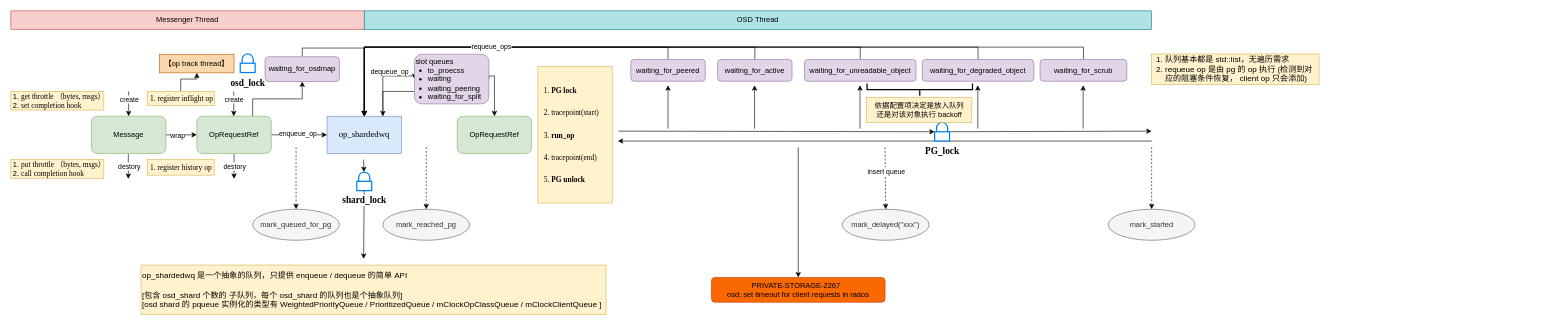
Earlier version of the draw.io diagram OSDRequest.drawio (1253757553/drawIO). Source tidied: cells renumbered, new cells numbered last; positions are measured from the earlier drawing's top-left corner, leaving out a move shared by most shapes. Both pictures are drawn from the tidied source at 62%, with x=0, y=0 at pixel (11, 11).
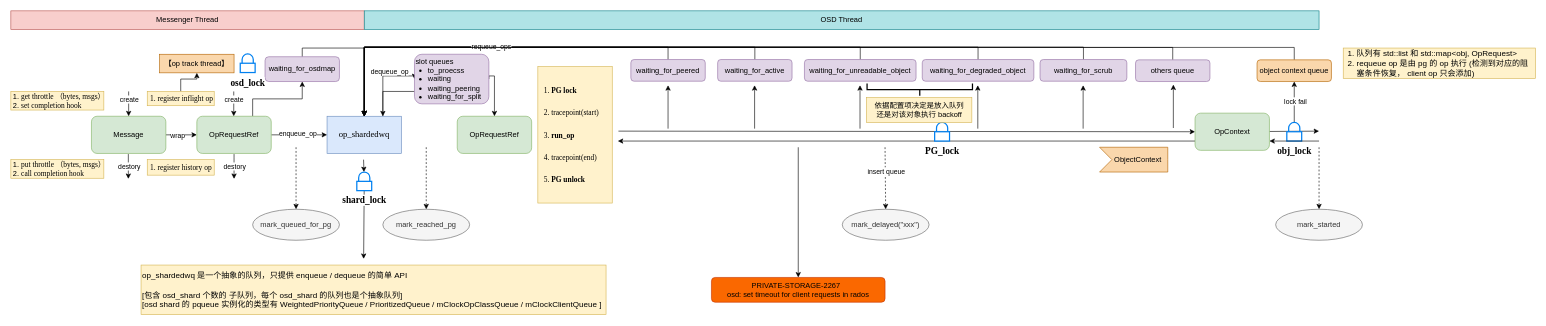
After the change.

Unchanged cells that the change refers to:
```xml
<mxCell id="5" value="&lt;font face=&quot;Times New Roman&quot; style=&quot;font-size: 14px;&quot;&gt;op_shardedwq&lt;/font&gt;" style="rounded=0;whiteSpace=wrap;html=1;fillColor=#dae8fc;strokeColor=#6c8ebf;" parent="2" vertex="1">
  <mxGeometry x="510" y="170" width="120" height="60" as="geometry" />
</mxCell>
<mxCell id="68" value="&lt;b&gt;&lt;font style=&quot;font-size: 15px;&quot; face=&quot;Times New Roman&quot;&gt;PG_lock&lt;/font&gt;&lt;/b&gt;" style="html=1;verticalLabelPosition=bottom;align=center;labelBackgroundColor=#ffffff;verticalAlign=top;strokeWidth=2;strokeColor=#0080F0;shadow=0;dashed=0;shape=mxgraph.ios7.icons.locked;" parent="2" vertex="1">
  <mxGeometry x="1490" y="180" width="24" height="30" as="geometry" />
</mxCell>
```

What changed in the source:
```diff
@@
     <mxCell id="2" style="group;" parent="1" vertex="1">
-      <mxGeometry width="2110" height="490" as="geometry" />
+      <mxGeometry width="2122" height="490" as="geometry" />
     </mxCell>
@@
     <mxCell id="30" value="OSD Thread" style="rounded=0;whiteSpace=wrap;html=1;fillColor=#b0e3e6;strokeColor=#0e8088;" parent="2" vertex="1">
-      <mxGeometry x="570" width="1270" height="30" as="geometry" />
+      <mxGeometry x="570" width="1540" height="30" as="geometry" />
     </mxCell>
@@
-    <mxCell id="33" style="endArrow=classic;html=1;rounded=0;" parent="2" edge="1" source="68">
+    <mxCell id="33" style="endArrow=classic;html=1;rounded=0;" parent="2" edge="1" source="84">
       <mxGeometry relative="1" as="geometry">
-        <mxPoint x="1840" y="194" as="targetPoint" />
+        <mxPoint x="2110" y="194" as="targetPoint" />
       </mxGeometry>
     </mxCell>
-    <mxCell id="34" style="endArrow=classic;html=1;rounded=0;" parent="2" edge="1">
+    <mxCell id="34" style="endArrow=classic;html=1;rounded=0;exitX=0;exitY=0.75;exitDx=0;exitDy=0;" parent="2" edge="1" source="84">
       <mxGeometry relative="1" as="geometry">
-        <mxPoint x="1840" y="210" as="sourcePoint" />
         <mxPoint x="979" y="210" as="targetPoint" />
       </mxGeometry>
     </mxCell>
@@
-    <mxCell id="37" value="mark_started" style="ellipse;whiteSpace=wrap;html=1;fillColor=#f5f5f5;fontColor=#333333;strokeColor=#666666;" parent="2" vertex="1">
-      <mxGeometry x="1770" y="320" width="140" height="50" as="geometry" />
-    </mxCell>
-    <mxCell id="38" style="endArrow=classic;html=1;rounded=0;entryX=0.5;entryY=0;entryDx=0;entryDy=0;dashed=1;" parent="2" edge="1" target="37">
-      <mxGeometry relative="1" as="geometry">
-        <mxPoint x="1840" y="220" as="sourcePoint" />
-      </mxGeometry>
-    </mxCell>
@@
-    <mxCell id="62" value="&lt;div style=&quot;font-size: 13px;&quot;&gt;&lt;ol style=&quot;padding-left: 20px;&quot;&gt;&lt;li&gt;队列基本都是 std::list，无遍历需求&lt;/li&gt;&lt;li&gt;requeue op 是由 pg 的 op 执行 (检测到对应的阻塞条件恢复， client op 只会添加)&lt;/li&gt;&lt;/ol&gt;&lt;/div&gt;" style="text;html=1;align=left;verticalAlign=middle;whiteSpace=wrap;rounded=0;fillColor=#fff2cc;strokeColor=#d6b656;" parent="2" vertex="1">
-      <mxGeometry x="1840" y="69.5" width="270" height="49" as="geometry" />
-    </mxCell>
@@
-    <mxCell id="67" style="endArrow=classic;html=1;rounded=0;" parent="2" edge="1" target="68">
+    <mxCell id="67" style="endArrow=classic;html=1;rounded=0;entryX=0;entryY=0.5;entryDx=0;entryDy=0;" parent="2" edge="1" target="84">
       <mxGeometry relative="1" as="geometry">
         <mxPoint x="980" y="194" as="sourcePoint" />
       </mxGeometry>
     </mxCell>
@@
+    <mxCell id="75" value="&lt;font style=&quot;font-size: 12px;&quot;&gt;ObjectContext&lt;/font&gt;" style="html=1;shape=mxgraph.infographic.ribbonSimple;notch1=19.91;notch2=0;align=center;verticalAlign=middle;fontSize=14;fontStyle=0;fillColor=#fad7ac;flipH=0;spacingRight=0;spacingLeft=14;whiteSpace=wrap;strokeColor=#b46504;" parent="2" vertex="1">
+      <mxGeometry x="1756" y="220" width="110" height="40" as="geometry" />
+    </mxCell>
+    <mxCell id="76" style="edgeStyle=orthogonalEdgeStyle;rounded=0;jettySize=auto;html=1;entryX=0.5;entryY=1;entryDx=0;entryDy=0;" parent="2" edge="1" source="78" target="83">
+      <mxGeometry relative="1" as="geometry" />
+    </mxCell>
+    <mxCell id="77" value="lock fail" style="edgeLabel;html=1;align=center;verticalAlign=middle;" parent="76" vertex="1">
+      <mxGeometry x="0.06" y="-1" relative="1" as="geometry" />
+    </mxCell>
+    <mxCell id="78" value="&lt;b&gt;&lt;font style=&quot;font-size: 15px;&quot; face=&quot;Times New Roman&quot;&gt;obj_lock&lt;/font&gt;&lt;/b&gt;" style="html=1;verticalLabelPosition=bottom;align=center;labelBackgroundColor=#ffffff;verticalAlign=top;strokeWidth=2;strokeColor=#0080F0;shadow=0;dashed=0;shape=mxgraph.ios7.icons.locked;" parent="2" vertex="1">
+      <mxGeometry x="2058" y="180" width="24" height="30" as="geometry" />
+    </mxCell>
+    <mxCell id="79" style="edgeStyle=orthogonalEdgeStyle;rounded=0;jettySize=auto;html=1;exitX=0.5;exitY=0;exitDx=0;exitDy=0;entryX=0.5;entryY=0;entryDx=0;entryDy=0;" parent="2" edge="1" source="80" target="5">
+      <mxGeometry relative="1" as="geometry" />
+    </mxCell>
+    <mxCell id="80" value="others queue" style="rounded=1;whiteSpace=wrap;html=1;fillColor=#e1d5e7;strokeColor=#9673a6;" parent="2" vertex="1">
+      <mxGeometry x="1814" y="79" width="120" height="35" as="geometry" />
+    </mxCell>
+    <mxCell id="81" style="endArrow=classic;html=1;rounded=0;" parent="2" edge="1">
+      <mxGeometry relative="1" as="geometry">
+        <mxPoint x="1875" y="189" as="sourcePoint" />
+        <mxPoint x="1875" y="119" as="targetPoint" />
+      </mxGeometry>
+    </mxCell>
+    <mxCell id="82" style="edgeStyle=orthogonalEdgeStyle;rounded=0;jettySize=auto;html=1;exitX=0.5;exitY=0;exitDx=0;exitDy=0;entryX=0.5;entryY=0;entryDx=0;entryDy=0;" parent="2" edge="1" source="83" target="5">
+      <mxGeometry relative="1" as="geometry" />
+    </mxCell>
+    <mxCell id="83" value="object context queue" style="rounded=1;whiteSpace=wrap;html=1;fillColor=#fad7ac;strokeColor=#b46504;" parent="2" vertex="1">
+      <mxGeometry x="2010" y="79" width="120" height="35" as="geometry" />
+    </mxCell>
+    <mxCell id="84" value="OpContext" style="rounded=1;whiteSpace=wrap;html=1;fillColor=#d5e8d4;strokeColor=#82b366;" parent="2" vertex="1">
+      <mxGeometry x="1910" y="165" width="120" height="60" as="geometry" />
+    </mxCell>
+    <mxCell id="38" style="endArrow=classic;html=1;rounded=0;entryX=0.5;entryY=0;entryDx=0;entryDy=0;dashed=1;" parent="1" edge="1" target="37">
+      <mxGeometry relative="1" as="geometry">
+        <mxPoint x="2110" y="220" as="sourcePoint" />
+      </mxGeometry>
+    </mxCell>
+    <mxCell id="37" value="mark_started" style="ellipse;whiteSpace=wrap;html=1;fillColor=#f5f5f5;fontColor=#333333;strokeColor=#666666;" parent="1" vertex="1">
+      <mxGeometry x="2040" y="320" width="140" height="50" as="geometry" />
+    </mxCell>
+    <mxCell id="62" value="&lt;div style=&quot;font-size: 13px;&quot;&gt;&lt;ol style=&quot;padding-left: 20px;&quot;&gt;&lt;li&gt;队列有 std::list 和 std::map&amp;lt;obj, OpRequest&amp;gt;&lt;/li&gt;&lt;li&gt;requeue op 是由 pg 的 op 执行 (检测到对应的阻塞条件恢复， client op 只会添加)&lt;/li&gt;&lt;/ol&gt;&lt;/div&gt;" style="text;html=1;align=left;verticalAlign=middle;whiteSpace=wrap;rounded=0;fillColor=#fff2cc;strokeColor=#d6b656;" parent="1" vertex="1">
+      <mxGeometry x="2149" y="60" width="310" height="49" as="geometry" />
+    </mxCell>
+    <mxCell id="85" style="endArrow=classic;html=1;rounded=0;" parent="1" edge="1">
+      <mxGeometry relative="1" as="geometry">
+        <mxPoint x="2110" y="210" as="sourcePoint" />
+        <mxPoint x="2030" y="210" as="targetPoint" />
+      </mxGeometry>
+    </mxCell>
```
